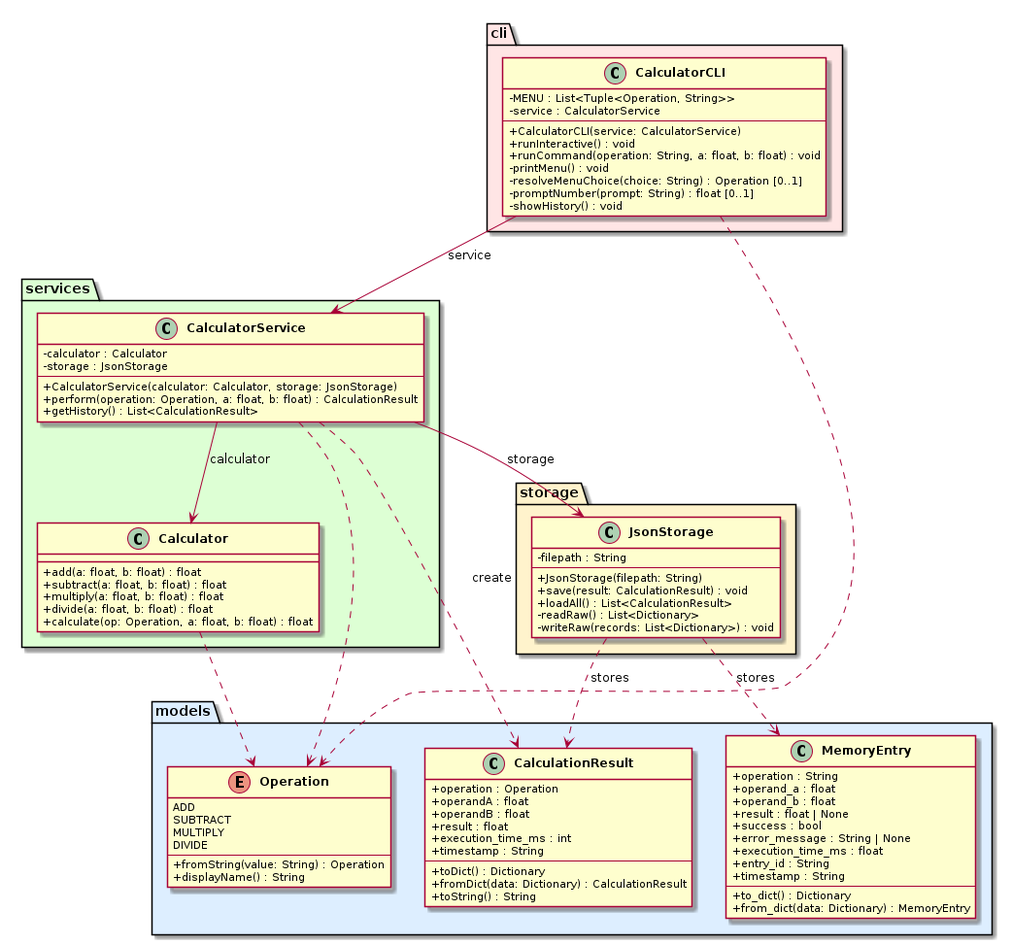
Above: experiments/supervisor_as_tools/user_stories/calculator/artifacts/class_diagram.png in DanielRiha8906/Software_autoevolution_using_agents (PlantUML), before the change. Its source is kept beside it as experiments/supervisor_as_tools/user_stories/calculator/artifacts/class_diagram.puml. Its diagram source:
```plantuml
@startuml class_diagram

skinparam classAttributeIconSize 0
skinparam classFontStyle bold

package "models" #DDEEFF {
    enum Operation {
        ADD
        SUBTRACT
        MULTIPLY
        DIVIDE
        --
        +fromString(value: String) : Operation
        +displayName() : String
    }

    class CalculationResult {
        +operation : Operation
        +operandA : float
        +operandB : float
        +result : float
        +execution_time_ms : int
        +timestamp : String
        --
        +toDict() : Dictionary
        +fromDict(data: Dictionary) : CalculationResult
        +toString() : String
    }

    class MemoryEntry {
        +operation : String
        +operand_a : float
        +operand_b : float
        +result : float | None
        +success : bool
        +error_message : String | None
        +execution_time_ms : float
        +entry_id : String
        +timestamp : String
        --
        +to_dict() : Dictionary
        +from_dict(data: Dictionary) : MemoryEntry
    }
}

package "services" #DDFFD4 {
    class Calculator {
        +add(a: float, b: float) : float
        +subtract(a: float, b: float) : float
        +multiply(a: float, b: float) : float
        +divide(a: float, b: float) : float
        +calculate(op: Operation, a: float, b: float) : float
    }

    class CalculatorService {
        -calculator : Calculator
        -storage : JsonStorage
        --
        +CalculatorService(calculator: Calculator, storage: JsonStorage)
        +perform(operation: Operation, a: float, b: float) : CalculationResult
        +getHistory() : List<CalculationResult>
    }
}

package "storage" #FFF3CC {
    class JsonStorage {
        -filepath : String
        --
        +JsonStorage(filepath: String)
        +save(result: CalculationResult) : void
        +loadAll() : List<CalculationResult>
        -readRaw() : List<Dictionary>
        -writeRaw(records: List<Dictionary>) : void
    }
}

package "cli" #FFE5E5 {
    class CalculatorCLI {
        -MENU : List<Tuple<Operation, String>>
        -service : CalculatorService
        --
        +CalculatorCLI(service: CalculatorService)
        +runInteractive() : void
        +runCommand(operation: String, a: float, b: float) : void
        -printMenu() : void
        -resolveMenuChoice(choice: String) : Operation [0..1]
        -promptNumber(prompt: String) : float [0..1]
        -showHistory() : void
    }
}

CalculatorCLI --> CalculatorService : service
CalculatorService --> Calculator : calculator
CalculatorService --> JsonStorage : storage

CalculatorService ..> CalculationResult : create
CalculatorService ..> Operation
CalculatorCLI ..> Operation
Calculator ..> Operation
JsonStorage ..> CalculationResult : stores
JsonStorage ..> MemoryEntry : stores

@enduml
```
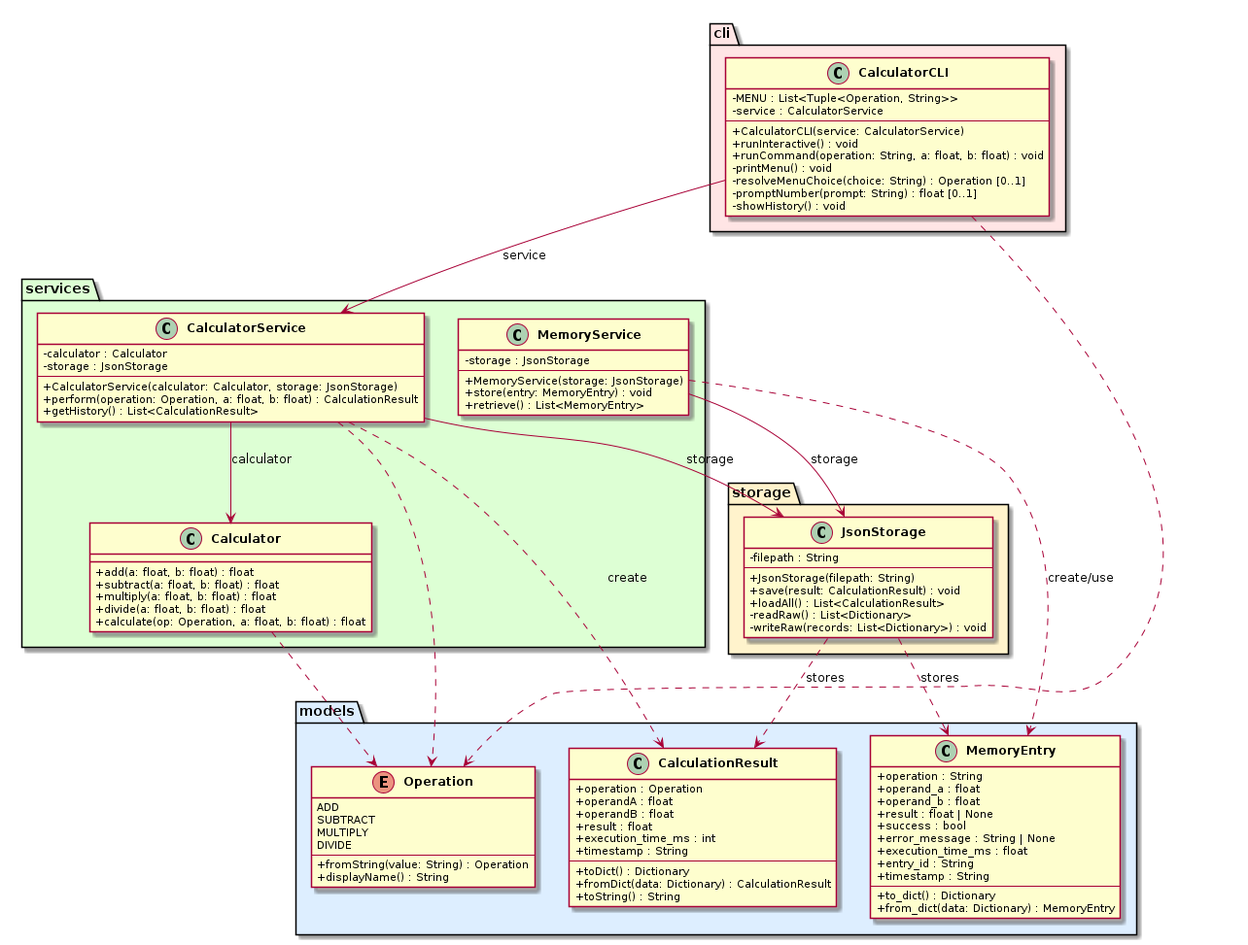
Later version of the same file.

Diff of the diagram source:
```diff
@@ -60,6 +60,14 @@
         +perform(operation: Operation, a: float, b: float) : CalculationResult
         +getHistory() : List<CalculationResult>
     }
+
+    class MemoryService {
+        -storage : JsonStorage
+        --
+        +MemoryService(storage: JsonStorage)
+        +store(entry: MemoryEntry) : void
+        +retrieve() : List<MemoryEntry>
+    }
 }
 
 package "storage" #FFF3CC {
@@ -92,11 +100,13 @@
 CalculatorCLI --> CalculatorService : service
 CalculatorService --> Calculator : calculator
 CalculatorService --> JsonStorage : storage
+MemoryService --> JsonStorage : storage
 
 CalculatorService ..> CalculationResult : create
 CalculatorService ..> Operation
 CalculatorCLI ..> Operation
 Calculator ..> Operation
+MemoryService ..> MemoryEntry : create/use
 JsonStorage ..> CalculationResult : stores
 JsonStorage ..> MemoryEntry : stores
 
```
